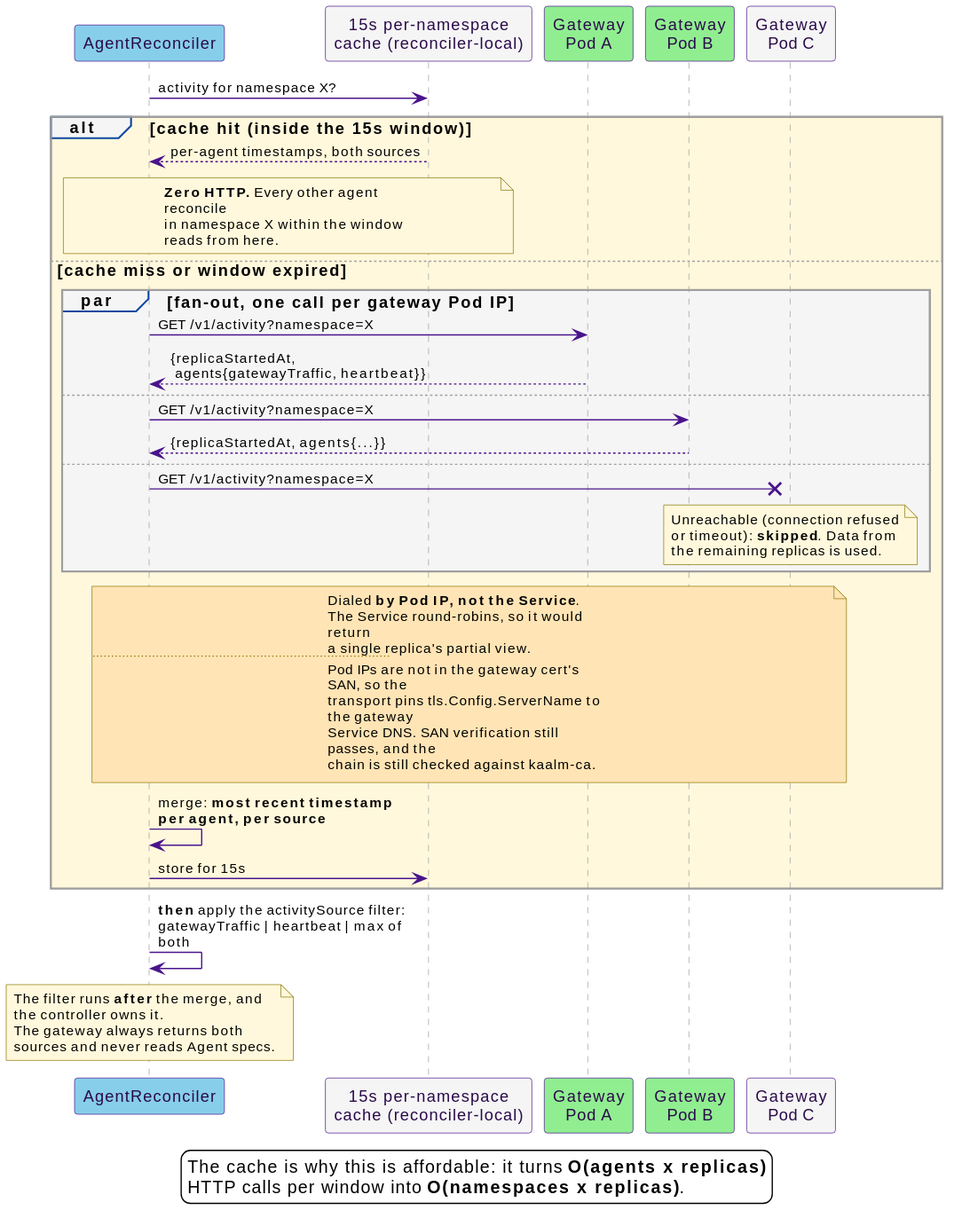
Above: docs/src/diagrams/activity-fanout.svg in win07xp/kaalm (PlantUML), before the change. Source of this version:
```plantuml
@startuml
!include _style.puml

participant "AgentReconciler" as rec #87CEEB
participant "15s per-namespace\ncache (reconciler-local)" as cache #F5F5F5
participant "Gateway\nPod A" as gwA #90EE90
participant "Gateway\nPod B" as gwB #90EE90
participant "Gateway\nPod C" as gwC #F5F5F5

rec -> cache : activity for namespace X?

alt #FFF8DC cache hit (inside the 15s window)
  cache --> rec : per-agent timestamps, both sources
  note over rec, cache
    **Zero HTTP.** Every other agent reconcile
    in namespace X within the window reads from here.
  end note

else cache miss or window expired
  par #F5F5F5 fan-out, one call per gateway Pod IP
    rec -> gwA : GET /v1/activity?namespace=X
    gwA --> rec : {replicaStartedAt,\n agents{gatewayTraffic, heartbeat}}
  else
    rec -> gwB : GET /v1/activity?namespace=X
    gwB --> rec : {replicaStartedAt, agents{...}}
  else
    rec ->x gwC : GET /v1/activity?namespace=X
    note over gwC
      Unreachable (connection refused
      or timeout): **skipped**. Data from
      the remaining replicas is used.
    end note
  end

  note over rec, gwC #FFE4B5
    Dialed **by Pod IP, not the Service**.
    The Service round-robins, so it would return
    a single replica's partial view.
    ....
    Pod IPs are not in the gateway cert's SAN, so the
    transport pins tls.Config.ServerName to the gateway
    Service DNS. SAN verification still passes, and the
    chain is still checked against kaalm-ca.
  end note

  rec -> rec : merge: **most recent timestamp**\n**per agent, per source**
  rec -> cache : store for 15s
end

rec -> rec : **then** apply the activitySource filter:\ngatewayTraffic | heartbeat | max of both

note over rec
  The filter runs **after** the merge, and the controller owns it.
  The gateway always returns both sources and never reads Agent specs.
end note

legend bottom
  The cache is why this is affordable: it turns **O(agents x replicas)**
  HTTP calls per window into **O(namespaces x replicas)**.
endlegend
@enduml
```
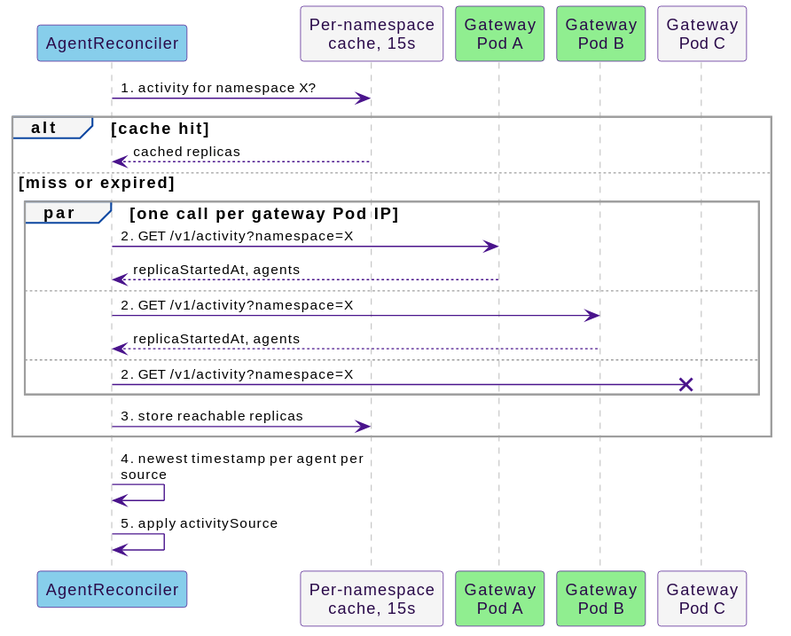
The same diagram one commit later.

What changed in the source:
```diff
@@ -2,60 +2,26 @@
 !include _style.puml
 
 participant "AgentReconciler" as rec #87CEEB
-participant "15s per-namespace\ncache (reconciler-local)" as cache #F5F5F5
+participant "Per-namespace\ncache, 15s" as cache #F5F5F5
 participant "Gateway\nPod A" as gwA #90EE90
 participant "Gateway\nPod B" as gwB #90EE90
 participant "Gateway\nPod C" as gwC #F5F5F5
 
-rec -> cache : activity for namespace X?
-
-alt #FFF8DC cache hit (inside the 15s window)
-  cache --> rec : per-agent timestamps, both sources
-  note over rec, cache
-    **Zero HTTP.** Every other agent reconcile
-    in namespace X within the window reads from here.
-  end note
-
-else cache miss or window expired
-  par #F5F5F5 fan-out, one call per gateway Pod IP
-    rec -> gwA : GET /v1/activity?namespace=X
-    gwA --> rec : {replicaStartedAt,\n agents{gatewayTraffic, heartbeat}}
+rec -> cache : 1. activity for namespace X?
+alt cache hit
+  cache --> rec : cached replicas
+else miss or expired
+  par one call per gateway Pod IP
+    rec -> gwA : 2. GET /v1/activity?namespace=X
+    gwA --> rec : replicaStartedAt, agents
   else
-    rec -> gwB : GET /v1/activity?namespace=X
-    gwB --> rec : {replicaStartedAt, agents{...}}
+    rec -> gwB : 2. GET /v1/activity?namespace=X
+    gwB --> rec : replicaStartedAt, agents
   else
-    rec ->x gwC : GET /v1/activity?namespace=X
-    note over gwC
-      Unreachable (connection refused
-      or timeout): **skipped**. Data from
-      the remaining replicas is used.
-    end note
+    rec ->x gwC : 2. GET /v1/activity?namespace=X
   end
-
-  note over rec, gwC #FFE4B5
-    Dialed **by Pod IP, not the Service**.
-    The Service round-robins, so it would return
-    a single replica's partial view.
-    ....
-    Pod IPs are not in the gateway cert's SAN, so the
-    transport pins tls.Config.ServerName to the gateway
-    Service DNS. SAN verification still passes, and the
-    chain is still checked against kaalm-ca.
-  end note
-
-  rec -> rec : merge: **most recent timestamp**\n**per agent, per source**
-  rec -> cache : store for 15s
+  rec -> cache : 3. store reachable replicas
 end
-
-rec -> rec : **then** apply the activitySource filter:\ngatewayTraffic | heartbeat | max of both
-
-note over rec
-  The filter runs **after** the merge, and the controller owns it.
-  The gateway always returns both sources and never reads Agent specs.
-end note
-
-legend bottom
-  The cache is why this is affordable: it turns **O(agents x replicas)**
-  HTTP calls per window into **O(namespaces x replicas)**.
-endlegend
+rec -> rec : 4. newest timestamp per agent per source
+rec -> rec : 5. apply activitySource
 @enduml
```
